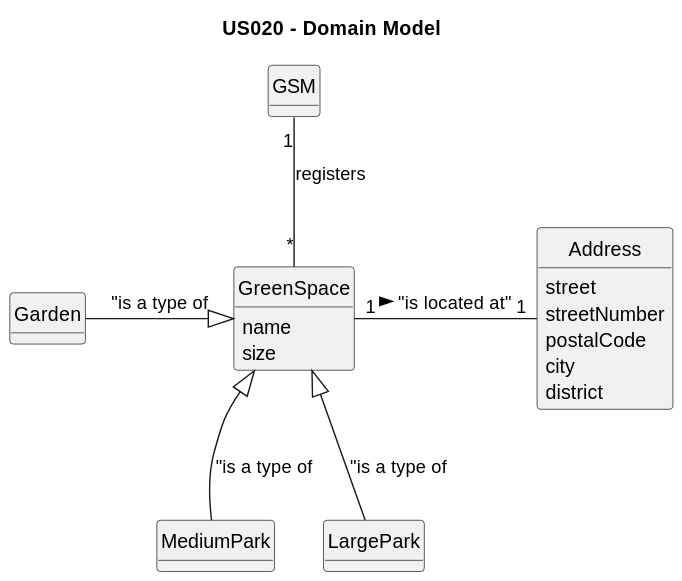
Earlier version of the PlantUML export docs/sprintC/us020/02.analysis/svg/us020-domain-model.svg (Rui-San/LAPR2_2023_2024).
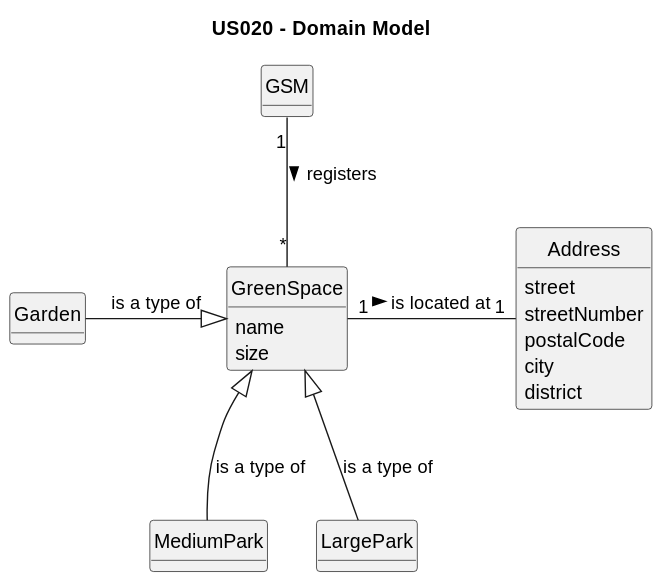
After the commit.

The edit, as a diff of the source:
```diff
@@ -36,9 +36,9 @@
     district
 }
 
-GSM "1" -d- "*" GreenSpace : "registers"
-GreenSpace "1" --r "1" Address : "is located at" >
-Garden --r|> GreenSpace : "is a type of
-MediumPark --u|> GreenSpace : "is a type of
-LargePark --u|> GreenSpace : "is a type of
+GSM "1" -d- "*" GreenSpace : registers >
+GreenSpace "1" --r "1" Address : is located at  >
+Garden --r|> GreenSpace : "is a type of"
+MediumPark --u|> GreenSpace : "is a type of"
+LargePark --u|> GreenSpace : "is a type of"
 @enduml
```
